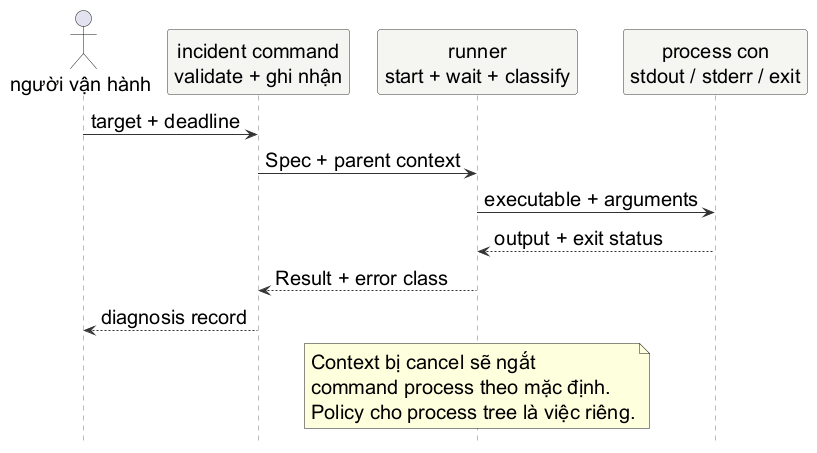
The PlantUML diagram assets/diagrams/incident-command-lifecycle.png in Minhlike/Golang, before a commit.
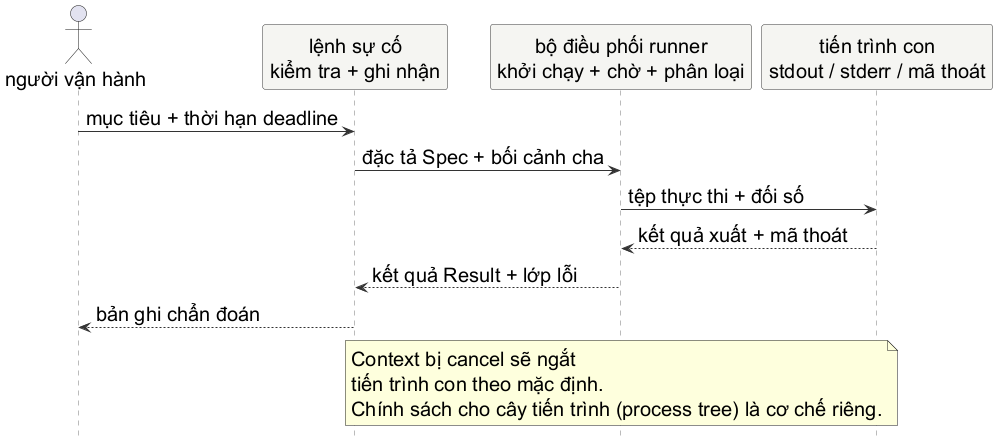
The same file after the commit.

The edit, as a diff of the source:
```diff
@@ -14,20 +14,20 @@
 }
 
 actor "người vận hành" as operator
-participant "incident command\nvalidate + ghi nhận" as command
-participant "runner\nstart + wait + classify" as runner
-participant "process con\nstdout / stderr / exit" as child
+participant "lệnh sự cố\nkiểm tra + ghi nhận" as command
+participant "bộ điều phối runner\nkhởi chạy + chờ + phân loại" as runner
+participant "tiến trình con\nstdout / stderr / mã thoát" as child
 
-operator -> command : target + deadline
-command -> runner : Spec + parent context
-runner -> child : executable + arguments
-child --> runner : output + exit status
-runner --> command : Result + error class
-command --> operator : diagnosis record
+operator -> command : mục tiêu + thời hạn deadline
+command -> runner : đặc tả Spec + bối cảnh cha
+runner -> child : tệp thực thi + đối số
+child --> runner : kết quả xuất + mã thoát
+runner --> command : kết quả Result + lớp lỗi
+command --> operator : bản ghi chẩn đoán
 
 note over runner
   Context bị cancel sẽ ngắt
-  command process theo mặc định.
-  Policy cho process tree là việc riêng.
+  tiến trình con theo mặc định.
+  Chính sách cho cây tiến trình (process tree) là cơ chế riêng.
 end note
 @enduml
```
